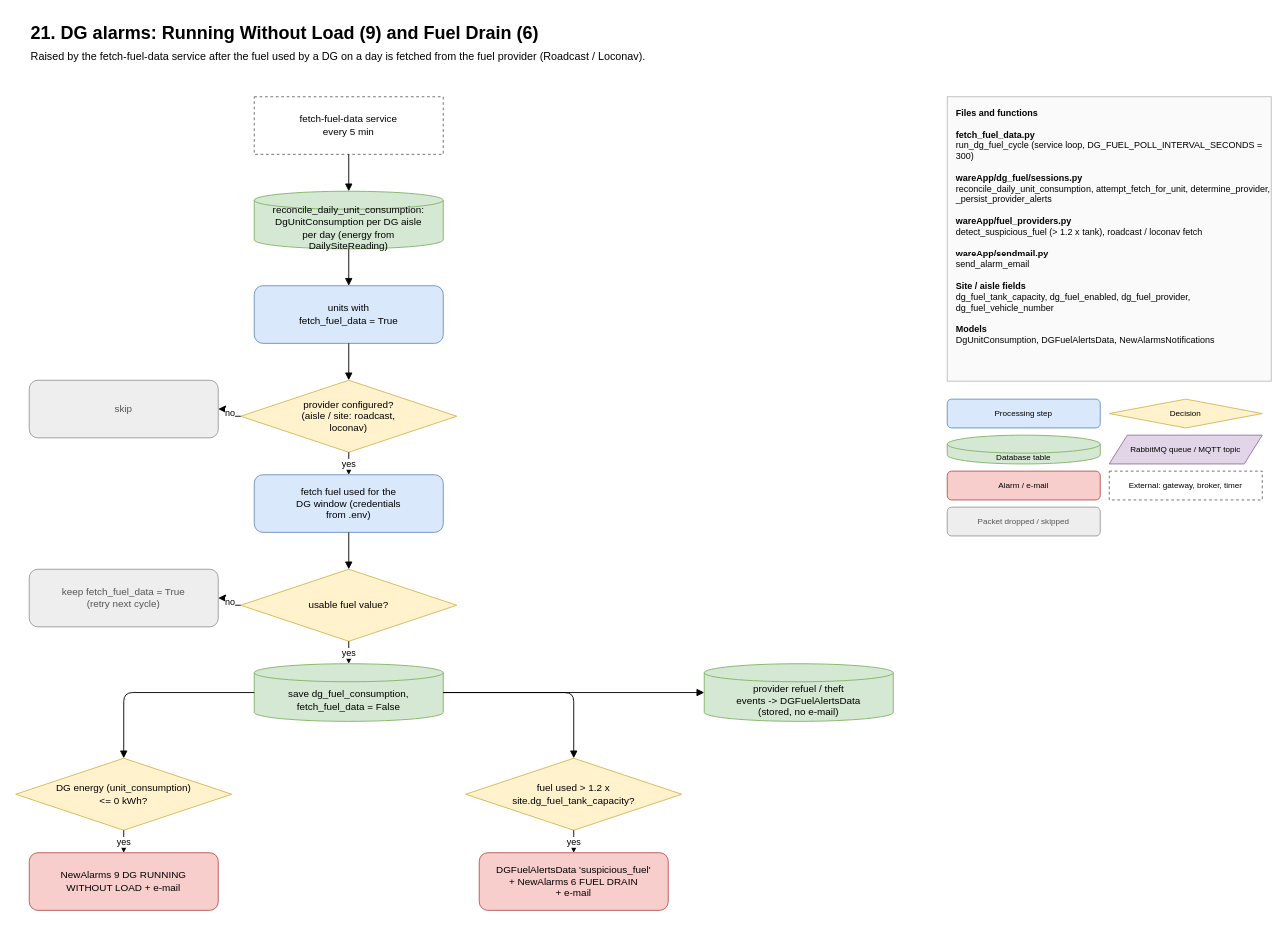
ashutoshdubey-aviconn/AVC-backend keeps this draw.io diagram as docs/mqtt-flows/drawio/21-dg-alarms.drawio. Above is the earlier version. Source tidied: cells renumbered, new cells numbered last; positions are measured from the earlier drawing's top-left corner, leaving out a move shared by most shapes. Both pictures are drawn from the tidied source at 90%, with x=0, y=0 at pixel (15, 15).
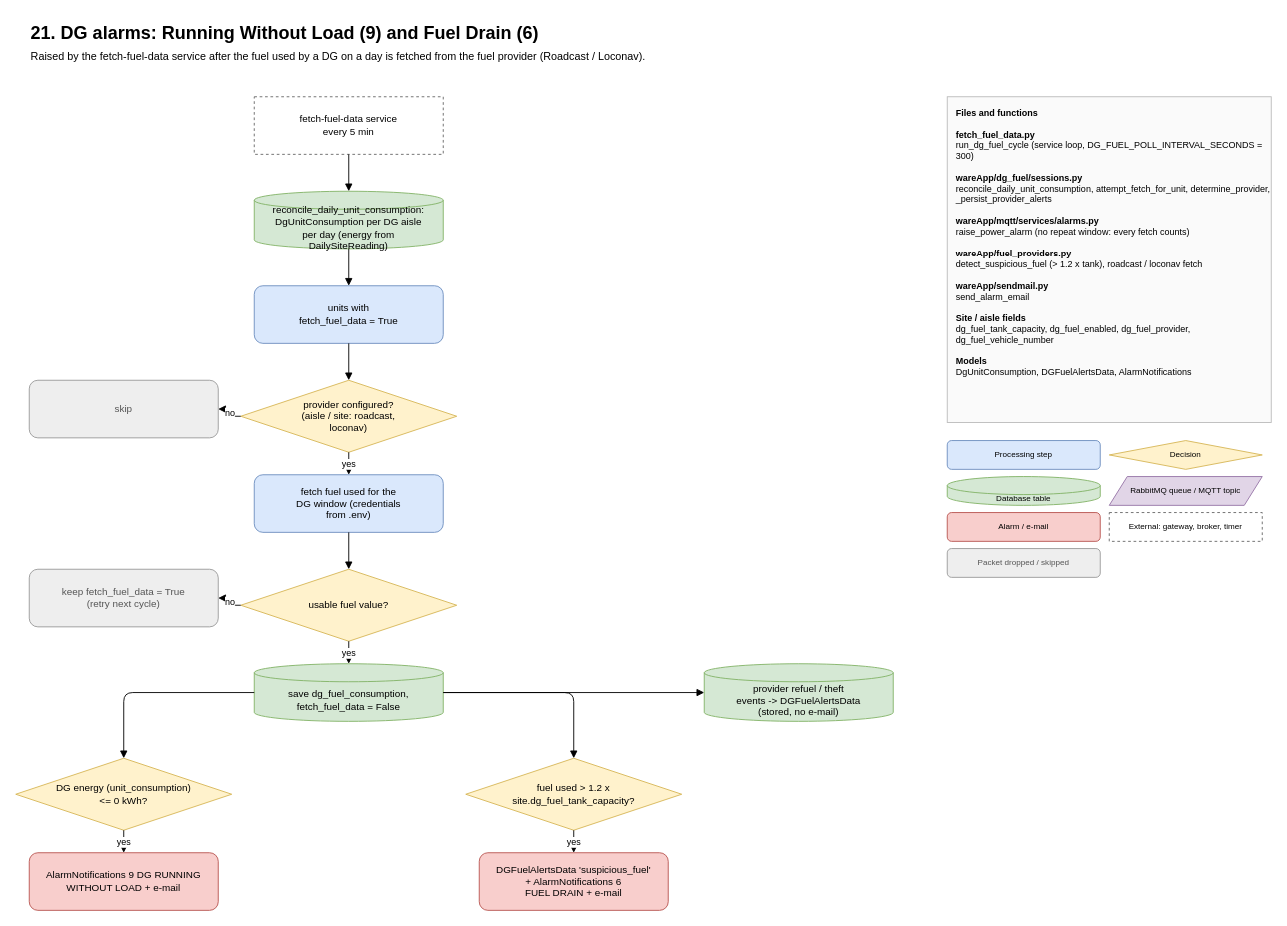
The same page after the edit.

Diff of the diagram source:
```diff
@@
-    <mxCell id="14" value="NewAlarms 9 DG RUNNING&lt;br&gt;WITHOUT LOAD + e-mail" style="rounded=1;whiteSpace=wrap;html=1;fillColor=#f8cecc;strokeColor=#b85450;fontSize=11;" parent="1" vertex="1">
+    <mxCell id="14" value="AlarmNotifications 9 DG RUNNING&lt;br&gt;WITHOUT LOAD + e-mail" style="rounded=1;whiteSpace=wrap;html=1;fillColor=#f8cecc;strokeColor=#b85450;fontSize=11;" parent="1" vertex="1">
       <mxGeometry x="15" y="930" width="210" height="64" as="geometry" />
     </mxCell>
@@
-    <mxCell id="16" value="DGFuelAlertsData 'suspicious_fuel'&lt;br&gt;+ NewAlarms 6 FUEL DRAIN&lt;br&gt;+ e-mail" style="rounded=1;whiteSpace=wrap;html=1;fillColor=#f8cecc;strokeColor=#b85450;fontSize=11;" parent="1" vertex="1">
+    <mxCell id="16" value="DGFuelAlertsData 'suspicious_fuel'&lt;br&gt;+ AlarmNotifications 6&lt;br&gt;FUEL DRAIN + e-mail" style="rounded=1;whiteSpace=wrap;html=1;fillColor=#f8cecc;strokeColor=#b85450;fontSize=11;" parent="1" vertex="1">
       <mxGeometry x="515" y="930" width="210" height="64" as="geometry" />
     </mxCell>
@@
-    <mxCell id="31" value="&lt;b&gt;Files and functions&lt;/b&gt;&lt;br&gt;&lt;br&gt;&lt;b&gt;fetch_fuel_data.py&lt;/b&gt;&lt;br&gt;run_dg_fuel_cycle (service loop, DG_FUEL_POLL_INTERVAL_SECONDS = 300)&lt;br&gt;&lt;br&gt;&lt;b&gt;wareApp/dg_fuel/sessions.py&lt;/b&gt;&lt;br&gt;reconcile_daily_unit_consumption, attempt_fetch_for_unit, determine_provider, _persist_provider_alerts&lt;br&gt;&lt;br&gt;&lt;b&gt;wareApp/fuel_providers.py&lt;/b&gt;&lt;br&gt;detect_suspicious_fuel (&amp;gt; 1.2 x tank), roadcast / loconav fetch&lt;br&gt;&lt;br&gt;&lt;b&gt;wareApp/sendmail.py&lt;/b&gt;&lt;br&gt;send_alarm_email&lt;br&gt;&lt;br&gt;&lt;b&gt;Site / aisle fields&lt;/b&gt;&lt;br&gt;dg_fuel_tank_capacity, dg_fuel_enabled, dg_fuel_provider, dg_fuel_vehicle_number&lt;br&gt;&lt;br&gt;&lt;b&gt;Models&lt;/b&gt;&lt;br&gt;DgUnitConsumption, DGFuelAlertsData, NewAlarmsNotifications&lt;br&gt;&lt;br&gt;" style="rounded=0;whiteSpace=wrap;html=1;align=left;verticalAlign=top;spacingLeft=8;spacingTop=6;fillColor=#fafafa;strokeColor=#bbbbbb;fontSize=10;" parent="1" vertex="1">
-      <mxGeometry x="1035" y="90" width="360" height="316" as="geometry" />
+    <mxCell id="31" value="&lt;b&gt;Files and functions&lt;/b&gt;&lt;br&gt;&lt;br&gt;&lt;b&gt;fetch_fuel_data.py&lt;/b&gt;&lt;br&gt;run_dg_fuel_cycle (service loop, DG_FUEL_POLL_INTERVAL_SECONDS = 300)&lt;br&gt;&lt;br&gt;&lt;b&gt;wareApp/dg_fuel/sessions.py&lt;/b&gt;&lt;br&gt;reconcile_daily_unit_consumption, attempt_fetch_for_unit, determine_provider, _persist_provider_alerts&lt;br&gt;&lt;br&gt;&lt;b&gt;wareApp/mqtt/services/alarms.py&lt;/b&gt;&lt;br&gt;raise_power_alarm (no repeat window: every fetch counts)&lt;br&gt;&lt;br&gt;&lt;b&gt;wareApp/fuel_providers.py&lt;/b&gt;&lt;br&gt;detect_suspicious_fuel (&amp;gt; 1.2 x tank), roadcast / loconav fetch&lt;br&gt;&lt;br&gt;&lt;b&gt;wareApp/sendmail.py&lt;/b&gt;&lt;br&gt;send_alarm_email&lt;br&gt;&lt;br&gt;&lt;b&gt;Site / aisle fields&lt;/b&gt;&lt;br&gt;dg_fuel_tank_capacity, dg_fuel_enabled, dg_fuel_provider, dg_fuel_vehicle_number&lt;br&gt;&lt;br&gt;&lt;b&gt;Models&lt;/b&gt;&lt;br&gt;DgUnitConsumption, DGFuelAlertsData, AlarmNotifications&lt;br&gt;&lt;br&gt;" style="rounded=0;whiteSpace=wrap;html=1;align=left;verticalAlign=top;spacingLeft=8;spacingTop=6;fillColor=#fafafa;strokeColor=#bbbbbb;fontSize=10;" parent="1" vertex="1">
+      <mxGeometry x="1035" y="90" width="360" height="362" as="geometry" />
     </mxCell>
     <mxCell id="32" value="Processing step" style="rounded=1;whiteSpace=wrap;html=1;fillColor=#dae8fc;strokeColor=#6c8ebf;fontSize=9;" parent="1" vertex="1">
-      <mxGeometry x="1035" y="426" width="170" height="32" as="geometry" />
+      <mxGeometry x="1035" y="472" width="170" height="32" as="geometry" />
     </mxCell>
     <mxCell id="33" value="Decision" style="rhombus;whiteSpace=wrap;html=1;fillColor=#fff2cc;strokeColor=#d6b656;fontSize=9;" parent="1" vertex="1">
-      <mxGeometry x="1215" y="426" width="170" height="32" as="geometry" />
+      <mxGeometry x="1215" y="472" width="170" height="32" as="geometry" />
     </mxCell>
     <mxCell id="34" value="Database table" style="shape=cylinder3;whiteSpace=wrap;html=1;boundedLbl=1;size=10;fillColor=#d5e8d4;strokeColor=#82b366;fontSize=9;" parent="1" vertex="1">
-      <mxGeometry x="1035" y="466" width="170" height="32" as="geometry" />
+      <mxGeometry x="1035" y="512" width="170" height="32" as="geometry" />
     </mxCell>
     <mxCell id="35" value="RabbitMQ queue / MQTT topic" style="shape=parallelogram;perimeter=parallelogramPerimeter;whiteSpace=wrap;html=1;fixedSize=1;fillColor=#e1d5e7;strokeColor=#9673a6;fontSize=9;" parent="1" vertex="1">
-      <mxGeometry x="1215" y="466" width="170" height="32" as="geometry" />
+      <mxGeometry x="1215" y="512" width="170" height="32" as="geometry" />
     </mxCell>
     <mxCell id="36" value="Alarm / e-mail" style="rounded=1;whiteSpace=wrap;html=1;fillColor=#f8cecc;strokeColor=#b85450;fontSize=9;" parent="1" vertex="1">
-      <mxGeometry x="1035" y="506" width="170" height="32" as="geometry" />
+      <mxGeometry x="1035" y="552" width="170" height="32" as="geometry" />
     </mxCell>
     <mxCell id="37" value="External: gateway, broker, timer" style="rounded=0;whiteSpace=wrap;html=1;dashed=1;fillColor=#ffffff;strokeColor=#666666;fontSize=9;" parent="1" vertex="1">
-      <mxGeometry x="1215" y="506" width="170" height="32" as="geometry" />
+      <mxGeometry x="1215" y="552" width="170" height="32" as="geometry" />
     </mxCell>
     <mxCell id="38" value="Packet dropped / skipped" style="rounded=1;whiteSpace=wrap;html=1;fillColor=#eeeeee;strokeColor=#999999;fontColor=#555555;fontSize=9;" parent="1" vertex="1">
-      <mxGeometry x="1035" y="546" width="170" height="32" as="geometry" />
+      <mxGeometry x="1035" y="592" width="170" height="32" as="geometry" />
     </mxCell>
```
